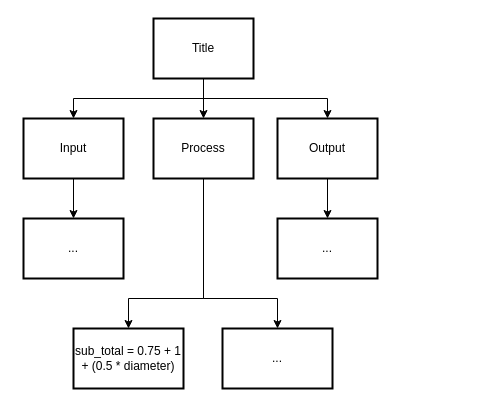
Before: drawio/topDownDesign/topDownDesign.drawio in Aidan-Lalonde-Novales/ICS3U-Unit3-06-Python, a draw.io diagram. Source tidied: cells renumbered, new cells numbered last; positions are measured from the earlier drawing's top-left corner, leaving out a move shared by most shapes. Both pictures are drawn from the tidied source at 100%, with x=0, y=0 at pixel (23, 18).
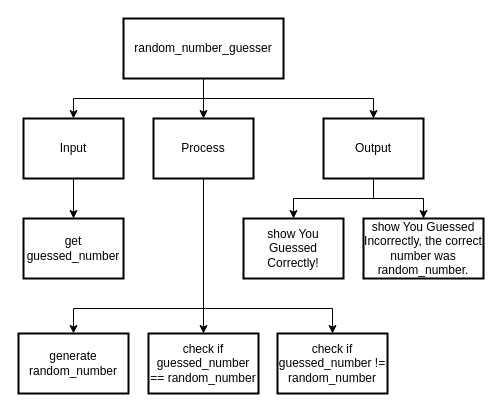
The same diagram, later.

The change refers to these unchanged cells:
```xml
<mxCell id="4" value="Process" style="rounded=0;whiteSpace=wrap;html=1;absoluteArcSize=1;arcSize=14;strokeWidth=2;" parent="1" vertex="1">
  <mxGeometry x="130" y="100" width="100" height="60" as="geometry" />
</mxCell>
```

Diff of the diagram source:
```diff
@@
     <mxCell id="2" style="edgeStyle=none;rounded=0;html=1;exitX=0.5;exitY=1;exitDx=0;exitDy=0;entryX=0.5;entryY=0;entryDx=0;entryDy=0;" parent="1" edge="1" source="4" target="15">
       <mxGeometry relative="1" as="geometry">
         <Array as="points">
-          <mxPoint x="180" y="280" />
-          <mxPoint x="105" y="280" />
+          <mxPoint x="180" y="290" />
+          <mxPoint x="50" y="290" />
         </Array>
       </mxGeometry>
     </mxCell>
     <mxCell id="3" style="edgeStyle=none;rounded=0;html=1;exitX=0.5;exitY=1;exitDx=0;exitDy=0;entryX=0.5;entryY=0;entryDx=0;entryDy=0;" parent="1" edge="1" source="4" target="16">
       <mxGeometry relative="1" as="geometry">
         <Array as="points">
           <mxPoint x="180" y="280" />
-          <mxPoint x="254" y="280" />
         </Array>
       </mxGeometry>
     </mxCell>
+    <mxCell id="17" style="edgeStyle=none;html=1;exitX=0.5;exitY=1;exitDx=0;exitDy=0;entryX=0.5;entryY=0;entryDx=0;entryDy=0;rounded=0;" parent="1" edge="1" source="4" target="19">
+      <mxGeometry relative="1" as="geometry">
+        <Array as="points">
+          <mxPoint x="180" y="290" />
+          <mxPoint x="309" y="290" />
+        </Array>
+      </mxGeometry>
+    </mxCell>
@@
     <mxCell id="7" style="edgeStyle=none;rounded=0;html=1;exitX=0.5;exitY=1;exitDx=0;exitDy=0;entryX=0.5;entryY=0;entryDx=0;entryDy=0;" parent="1" edge="1" source="8" target="12">
       <mxGeometry relative="1" as="geometry">
         <Array as="points">
           <mxPoint x="180" y="80" />
-          <mxPoint x="304" y="80" />
+          <mxPoint x="350" y="80" />
         </Array>
       </mxGeometry>
     </mxCell>
-    <mxCell id="8" value="Title" style="rounded=0;whiteSpace=wrap;html=1;absoluteArcSize=1;arcSize=14;strokeWidth=2;" parent="1" vertex="1">
-      <mxGeometry x="130" width="100" height="60" as="geometry" />
+    <mxCell id="8" value="random_number_guesser" style="rounded=0;whiteSpace=wrap;html=1;absoluteArcSize=1;arcSize=14;strokeWidth=2;" parent="1" vertex="1">
+      <mxGeometry x="100" width="160" height="60" as="geometry" />
     </mxCell>
@@
     <mxCell id="11" style="edgeStyle=none;rounded=0;html=1;entryX=0.5;entryY=0;entryDx=0;entryDy=0;" parent="1" edge="1" source="12" target="14">
-      <mxGeometry relative="1" as="geometry" />
+      <mxGeometry relative="1" as="geometry">
+        <Array as="points">
+          <mxPoint x="350" y="180" />
+          <mxPoint x="270" y="180" />
+        </Array>
+      </mxGeometry>
     </mxCell>
+    <mxCell id="18" style="edgeStyle=none;rounded=0;html=1;exitX=0.5;exitY=1;exitDx=0;exitDy=0;entryX=0.5;entryY=0;entryDx=0;entryDy=0;" parent="1" edge="1" source="12" target="20">
+      <mxGeometry relative="1" as="geometry">
+        <Array as="points">
+          <mxPoint x="350" y="180" />
+          <mxPoint x="400" y="180" />
+        </Array>
+      </mxGeometry>
+    </mxCell>
     <mxCell id="12" value="Output" style="rounded=0;whiteSpace=wrap;html=1;absoluteArcSize=1;arcSize=14;strokeWidth=2;" parent="1" vertex="1">
-      <mxGeometry x="254" y="100" width="100" height="60" as="geometry" />
+      <mxGeometry x="300" y="100" width="100" height="60" as="geometry" />
     </mxCell>
-    <mxCell id="13" value="..." style="rounded=0;whiteSpace=wrap;html=1;absoluteArcSize=1;arcSize=14;strokeWidth=2;" parent="1" vertex="1">
+    <mxCell id="13" value="get guessed_number" style="rounded=0;whiteSpace=wrap;html=1;absoluteArcSize=1;arcSize=14;strokeWidth=2;" parent="1" vertex="1">
       <mxGeometry y="200" width="100" height="60" as="geometry" />
     </mxCell>
-    <mxCell id="14" value="..." style="rounded=0;whiteSpace=wrap;html=1;absoluteArcSize=1;arcSize=14;strokeWidth=2;" parent="1" vertex="1">
-      <mxGeometry x="254" y="200" width="100" height="60" as="geometry" />
+    <mxCell id="14" value="show You Guessed Correctly!" style="rounded=0;whiteSpace=wrap;html=1;absoluteArcSize=1;arcSize=14;strokeWidth=2;" parent="1" vertex="1">
+      <mxGeometry x="220" y="200" width="100" height="60" as="geometry" />
     </mxCell>
-    <mxCell id="15" value="sub_total = 0.75 + 1 + (0.5 * diameter)" style="rounded=0;whiteSpace=wrap;html=1;absoluteArcSize=1;arcSize=14;strokeWidth=2;" parent="1" vertex="1">
-      <mxGeometry x="50" y="310" width="110" height="60" as="geometry" />
+    <mxCell id="15" value="generate random_number" style="rounded=0;whiteSpace=wrap;html=1;absoluteArcSize=1;arcSize=14;strokeWidth=2;" parent="1" vertex="1">
+      <mxGeometry x="-5" y="315" width="110" height="60" as="geometry" />
     </mxCell>
-    <mxCell id="16" value="..." style="rounded=0;whiteSpace=wrap;html=1;absoluteArcSize=1;arcSize=14;strokeWidth=2;" parent="1" vertex="1">
-      <mxGeometry x="199" y="310" width="110" height="60" as="geometry" />
+    <mxCell id="16" value="check if guessed_number == random_number" style="rounded=0;whiteSpace=wrap;html=1;absoluteArcSize=1;arcSize=14;strokeWidth=2;" parent="1" vertex="1">
+      <mxGeometry x="125" y="315" width="110" height="60" as="geometry" />
     </mxCell>
+    <mxCell id="19" value="check if guessed_number != random_number" style="rounded=0;whiteSpace=wrap;html=1;absoluteArcSize=1;arcSize=14;strokeWidth=2;" parent="1" vertex="1">
+      <mxGeometry x="254" y="315" width="110" height="60" as="geometry" />
+    </mxCell>
+    <mxCell id="20" value="show You Guessed Incorrectly, the correct number was random_number." style="rounded=0;whiteSpace=wrap;html=1;absoluteArcSize=1;arcSize=14;strokeWidth=2;" parent="1" vertex="1">
+      <mxGeometry x="340" y="200" width="120" height="60" as="geometry" />
+    </mxCell>
```
